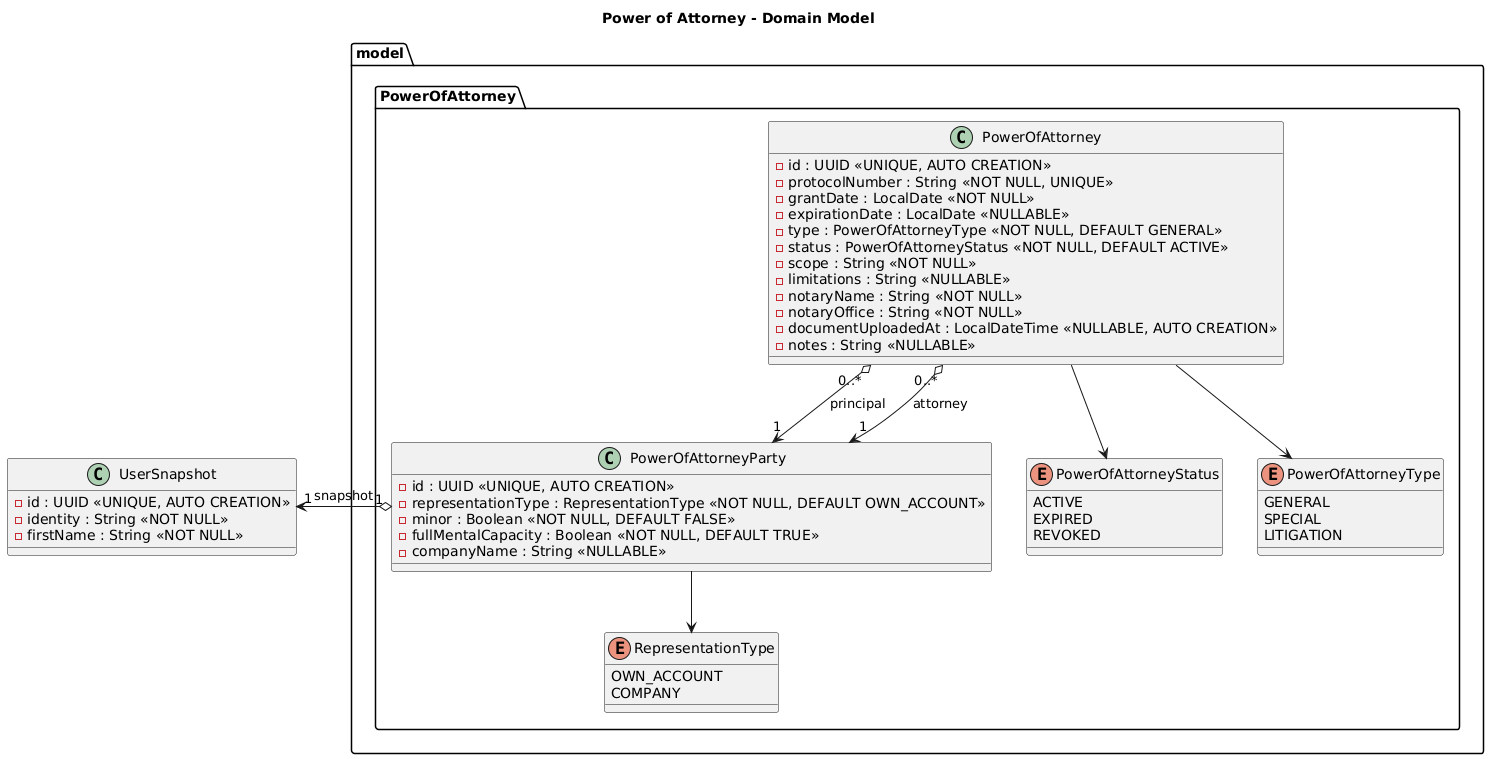
The PlantUML diagram docs/models/powerOfAttorney_UML.png in miw-upm/apaw, before a commit.
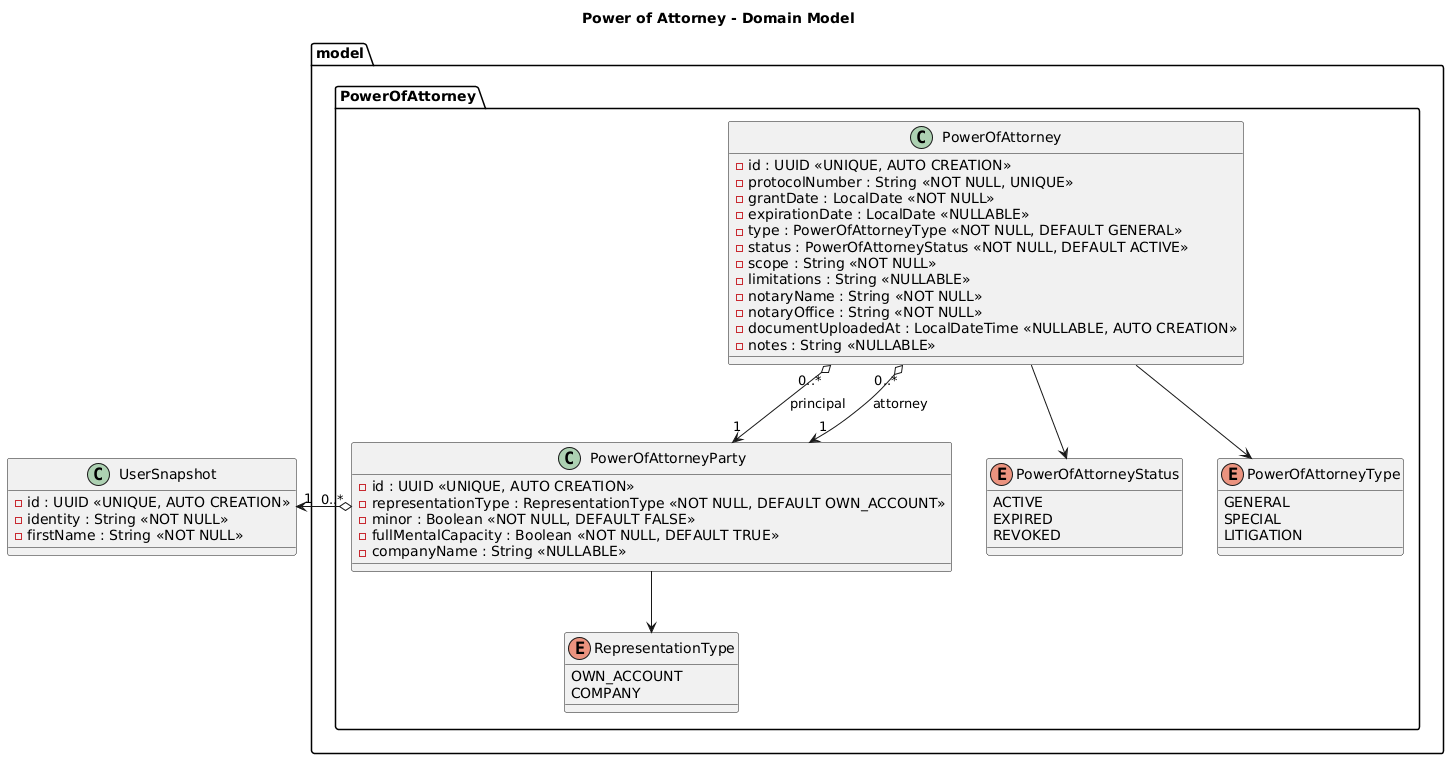
The same file after the commit.

Commit message:
Update diagram UML PowerOfAttorney miw-upm/apaw#63

Change to the diagram source:
```diff
@@ -61,5 +61,5 @@
     -firstName : String <<NOT NULL>>
 }
 
-PowerOfAttorneyParty "1" o--left> "1" UserSnapshot : snapshot
+PowerOfAttorneyParty "0..*" o--left> "1" UserSnapshot
 @enduml
```
